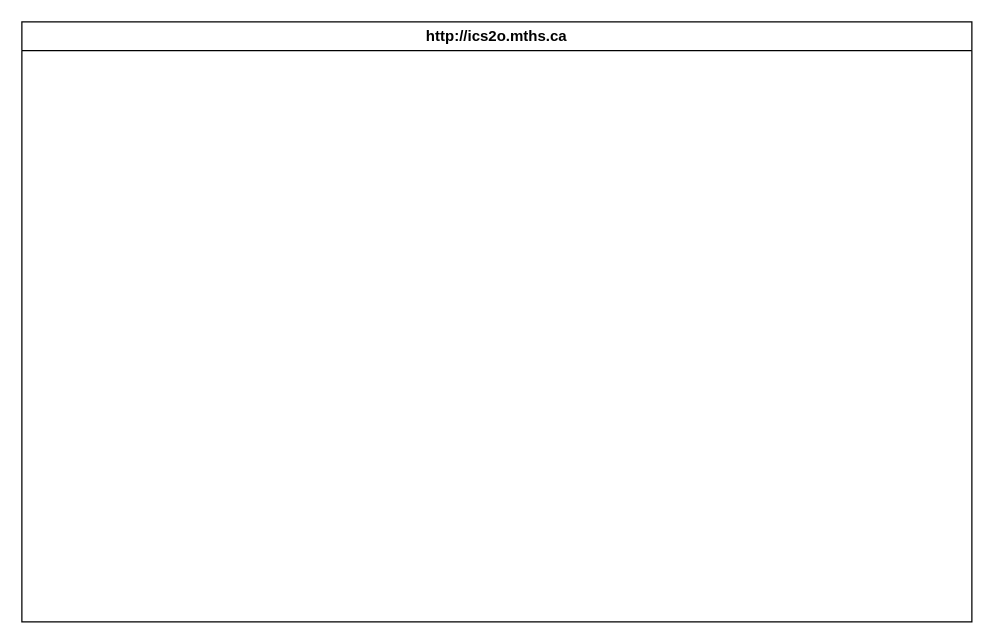
Before: design/storyboard.drawio in MTHS-ICD2O-1-2023/ICD2O-Unit-6-04-Adam-Batiuk, a draw.io diagram. Source tidied: cells renumbered, new cells numbered last; positions are measured from the earlier drawing's top-left corner, leaving out a move shared by most shapes. Both pictures are drawn from the tidied source at 125%, with x=0, y=0 at pixel (21, 21).
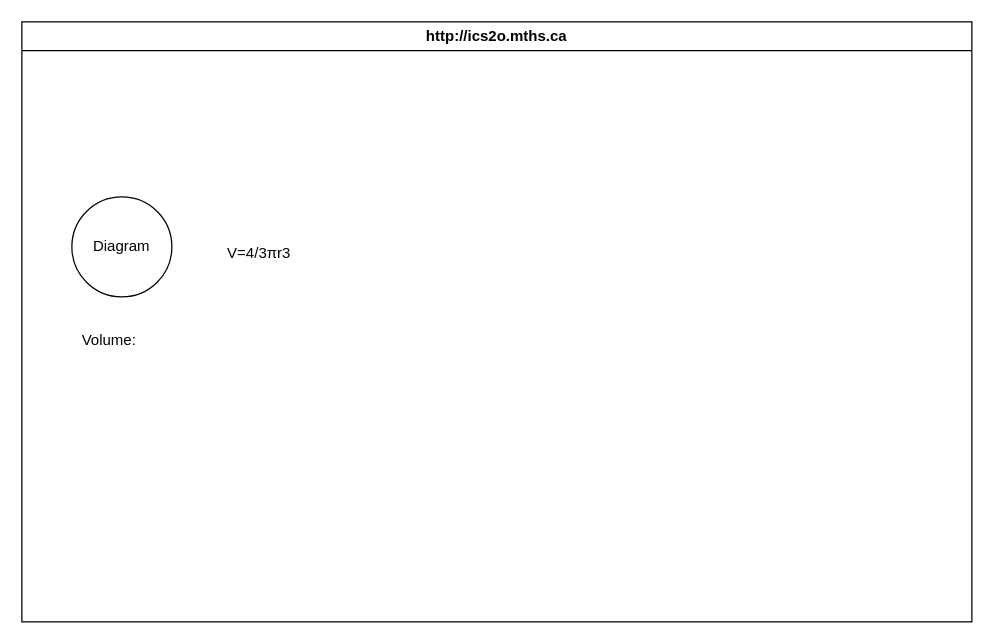
Above is the later version.

Change to the diagram source:
```diff
@@
 <mxGraphModel>
   <root>
     <mxCell id="0" />
     <mxCell id="1" parent="0" />
     <mxCell id="2" value="http://ics2o.mths.ca" style="swimlane;whiteSpace=wrap;html=1;" parent="1" vertex="1">
       <mxGeometry width="760" height="480" as="geometry" />
     </mxCell>
+    <mxCell id="3" value="Diagram" style="ellipse;whiteSpace=wrap;html=1;" parent="2" vertex="1">
+      <mxGeometry x="40" y="140" width="80" height="80" as="geometry" />
+    </mxCell>
+    <mxCell id="4" value="&lt;div&gt;V=4/&lt;span style=&quot;background-color: initial;&quot;&gt;3πr3&lt;/span&gt;&lt;/div&gt;" style="text;html=1;strokeColor=none;fillColor=none;align=center;verticalAlign=middle;whiteSpace=wrap;rounded=0;" parent="2" vertex="1">
+      <mxGeometry x="140" y="170" width="100" height="30" as="geometry" />
+    </mxCell>
+    <mxCell id="5" value="Volume:" style="text;html=1;strokeColor=none;fillColor=none;align=center;verticalAlign=middle;whiteSpace=wrap;rounded=0;" parent="2" vertex="1">
+      <mxGeometry x="40" y="240" width="60" height="30" as="geometry" />
+    </mxCell>
   </root>
 </mxGraphModel>
```
